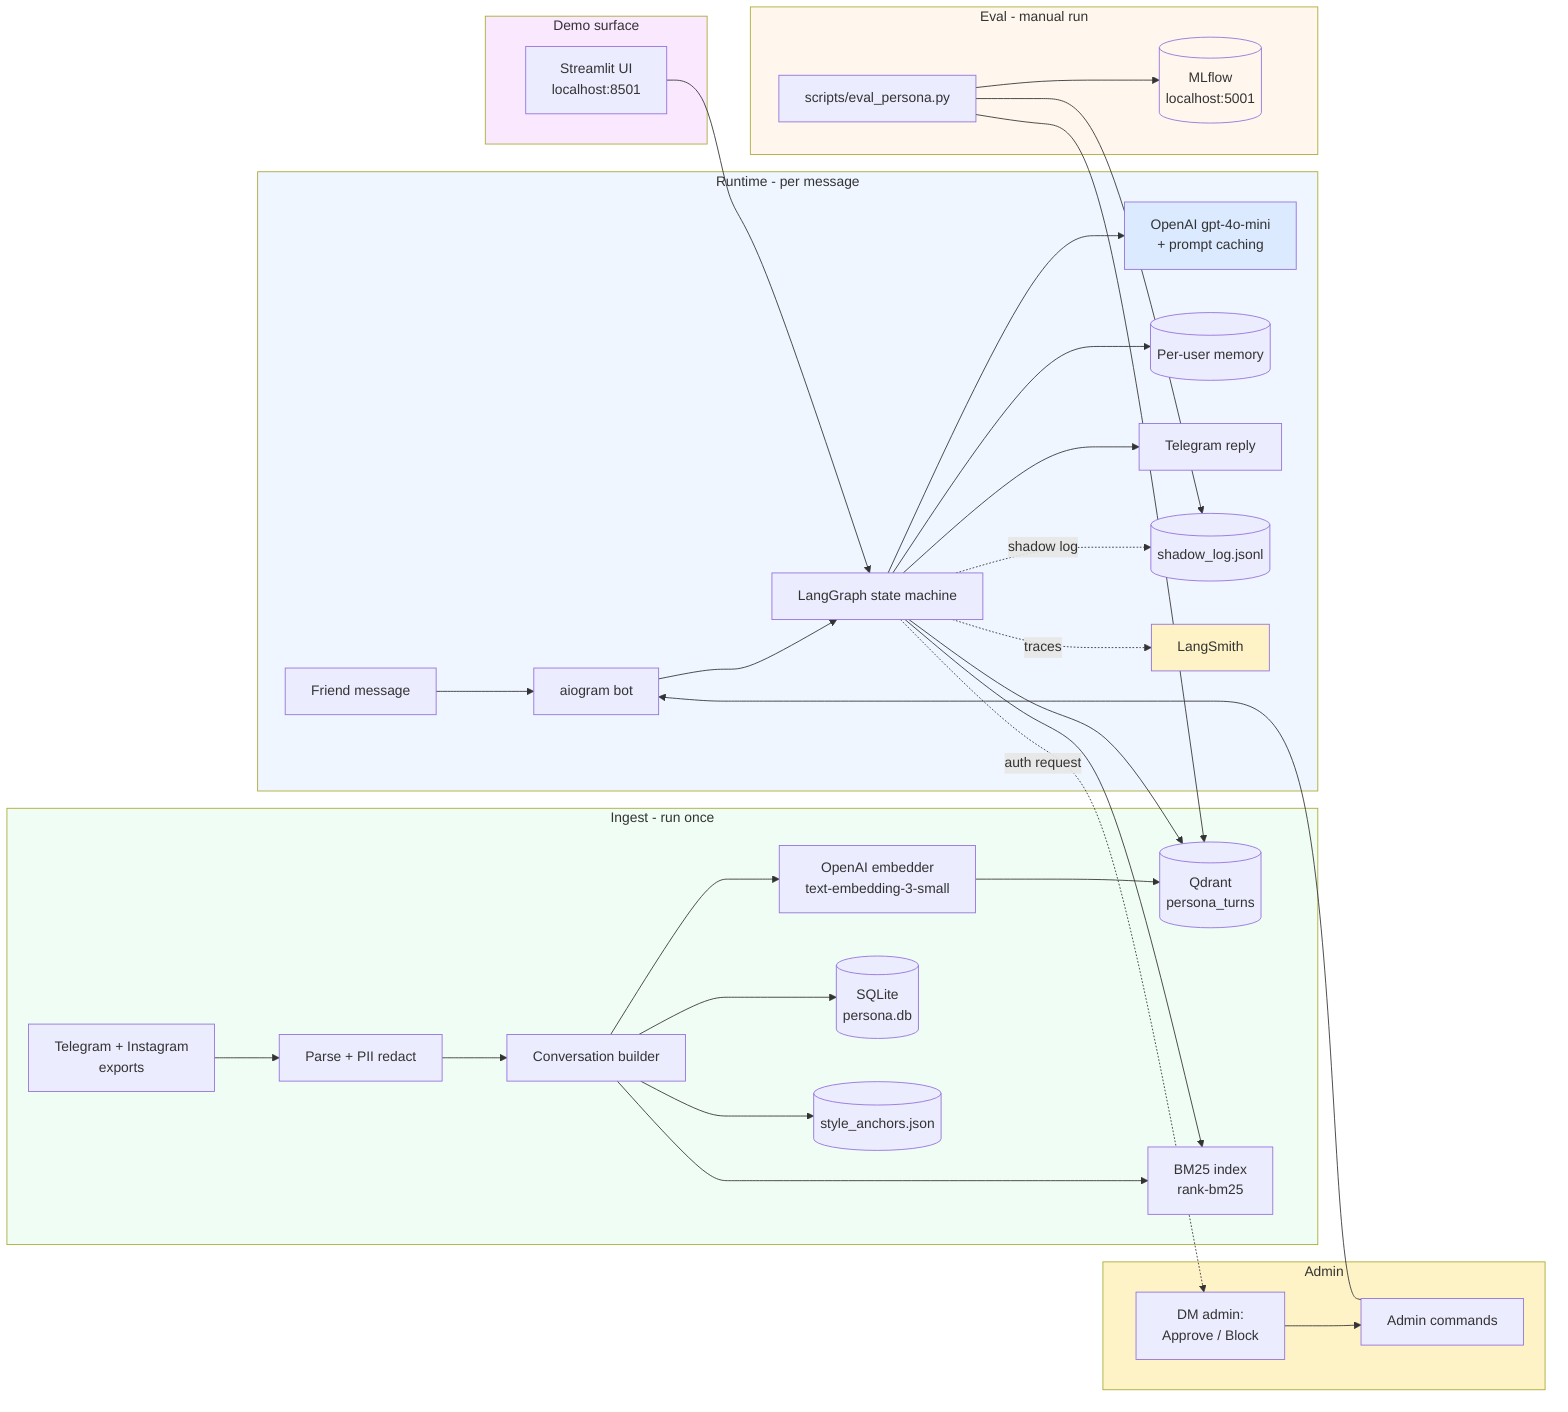
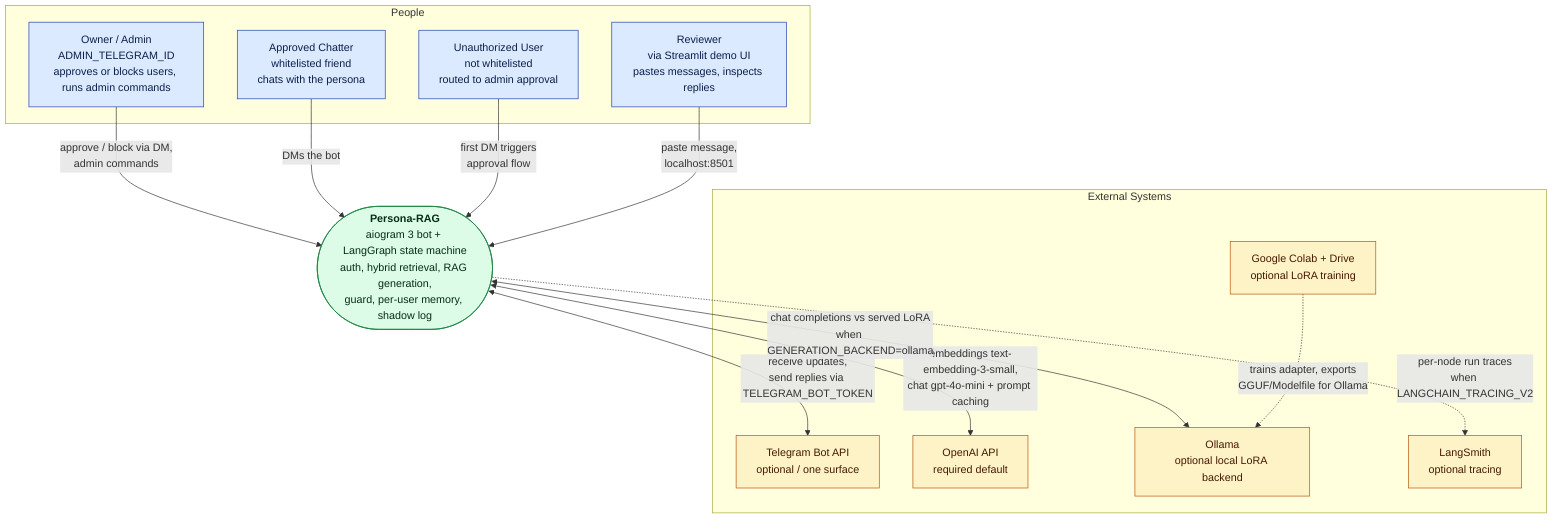
- flowchart LR
-     subgraph Ingest[Ingest - run once]
-         A[Telegram + Instagram<br/>exports] --> B[Parse + PII redact]
-         B --> C[Conversation builder]
-         C --> D[OpenAI embedder<br/>text-embedding-3-small]
-         D --> E[(Qdrant<br/>persona_turns)]
-         C --> BM[BM25 index<br/>rank-bm25]
-         C --> F[(SQLite<br/>persona.db)]
-         C --> SA[(style_anchors.json)]
+ %% C4 Level 1: System Context for Persona-RAG
+ %% Standard Mermaid flowchart (renders on GitHub; NOT the C4Context dialect).
+ flowchart TD
+     subgraph People[People]
+         Owner[Owner / Admin<br/>ADMIN_TELEGRAM_ID<br/>approves or blocks users, runs admin commands]
+         Chatter[Approved Chatter<br/>whitelisted friend<br/>chats with the persona]
+         Unauth[Unauthorized User<br/>not whitelisted<br/>routed to admin approval]
+         Reviewer[Reviewer<br/>via Streamlit demo UI<br/>pastes messages, inspects replies]
    end

-     subgraph Runtime[Runtime - per message]
-         G[Friend message] --> H[aiogram bot]
-         H --> LG[LangGraph state machine]
-         LG --> E
-         LG --> BM
-         LG --> L[OpenAI gpt-4o-mini<br/>+ prompt caching]
-         LG --> N[(Per-user memory)]
-         LG --> O[Telegram reply]
-         LG -.shadow log.-> SL[(shadow_log.jsonl)]
-         LG -.traces.-> LS[LangSmith]
+     Core(["<b>Persona-RAG</b><br/>aiogram 3 bot + LangGraph state machine<br/>auth, hybrid retrieval, RAG generation,<br/>guard, per-user memory, shadow log"])
+ 
+     subgraph External[External Systems]
+         TG[Telegram Bot API<br/>optional / one surface]
+         OpenAI[OpenAI API<br/>required default]
+         Ollama[Ollama<br/>optional local LoRA backend]
+         Colab[Google Colab + Drive<br/>optional LoRA training]
+         LangSmith[LangSmith<br/>optional tracing]
    end

-     subgraph Admin[Admin]
-         Q[Admin commands] --> H
-         LG -.auth request.-> R[DM admin:<br/>Approve / Block]
-         R --> Q
-     end
+     %% People -> System
+     Owner -->|approve / block via DM,<br/>admin commands| Core
+     Chatter -->|DMs the bot| Core
+     Unauth -->|first DM triggers<br/>approval flow| Core
+     Reviewer -->|paste message,<br/>localhost:8501| Core

-     subgraph Demo[Demo surface]
-         ST[Streamlit UI<br/>localhost:8501] --> LG
-     end
+     %% System <-> External
+     Core <-->|receive updates,<br/>send replies via TELEGRAM_BOT_TOKEN| TG
+     Core <-->|embeddings text-embedding-3-small,<br/>chat gpt-4o-mini + prompt caching| OpenAI
+     Core <-->|chat completions vs served LoRA<br/>when GENERATION_BACKEND=ollama| Ollama
+     Colab -.->|trains adapter, exports<br/>GGUF/Modelfile for Ollama| Ollama
+     Core -.->|per-node run traces<br/>when LANGCHAIN_TRACING_V2| LangSmith

-     subgraph Eval[Eval - manual run]
-         EV[scripts/eval_persona.py] --> E
-         EV --> SL
-         EV --> ML[(MLflow<br/>localhost:5001)]
-     end
+     classDef person fill:#dbeafe,stroke:#1e40af,color:#0b1f4d;
+     classDef system fill:#dcfce7,stroke:#15803d,color:#052e16;
+     classDef ext fill:#fef3c7,stroke:#b45309,color:#451a03;

-     style Ingest fill:#f0fdf4
-     style Runtime fill:#eff6ff
-     style Admin fill:#fef3c7
-     style Demo fill:#fae8ff
-     style Eval fill:#fff7ed
-     style L fill:#dbeafe
-     style LS fill:#fef3c7
-     style ML fill:#fff7ed
+     class Owner,Chatter,Unauth,Reviewer person;
+     class Core system;
+     class TG,OpenAI,Ollama,Colab,LangSmith ext;
